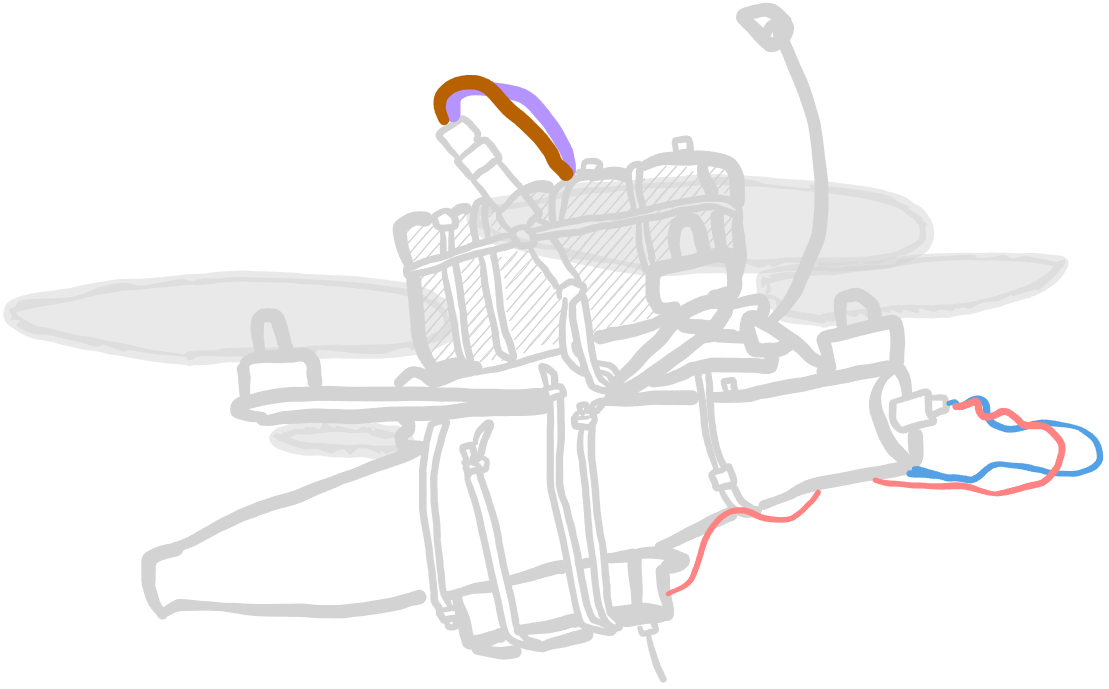
christsven/H.E.A.T keeps this Excalidraw diagram as factions/ressources/quad-drone.excalidraw.png. Above is the earlier version. Source tidied: one line per element, renumbered; positions are measured from the earlier drawing's top-left corner, leaving out a move shared by most shapes.
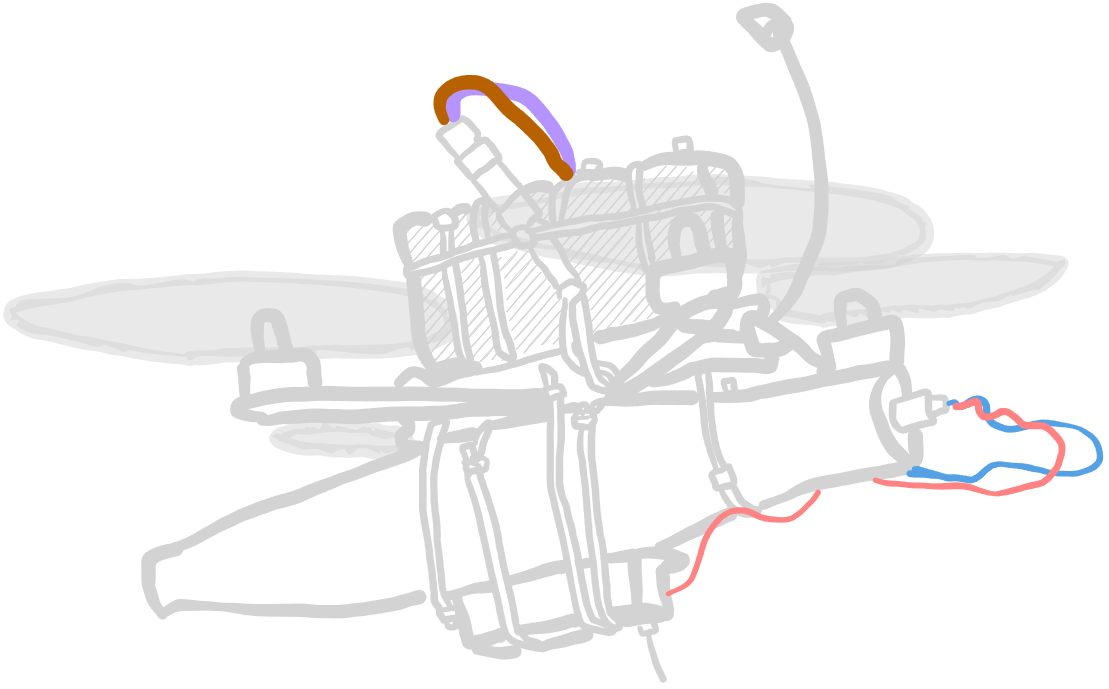
After the change.

Diff of the diagram source:
```diff
@@ -136,3 +136,6 @@
 {"id": 135, "type": "freedraw", "strokeColor": "#1e1e1e", "angle": 0.15, "backgroundColor": "#1e1e1e", "fillStyle": "solid", "strokeWidth": 2, "roughness": 1, "opacity": 50, "x": 581, "y": 260, "width": 451, "height": 109, "points": [[70, 7], [21, 7], [-23, 3], [-67, 0], [-100, -5], [-117, -18], [-107, -32], [-70, -44], [-19, -62], [56, -80], [124, -93], [198, -100], [255, -101], [297, -98], [321, -89], [334, -72], [329, -54], [299, -37], [262, -29], [217, -23], [188, -16], [159, -12], [132, -8], [107, -3], [90, 1], [70, 7]]}
 {"id": 136, "type": "freedraw", "strokeColor": "#1e1e1e", "angle": 0.18, "backgroundColor": "#1e1e1e", "fillStyle": "solid", "strokeWidth": 2, "roughness": 1, "opacity": 50, "x": 822, "y": 326, "width": 295, "height": 103, "points": [[0, 0], [-20, 0], [-34, 1], [-46, -1], [-57, -10], [-66, -16], [-70, -27], [-56, -39], [-33, -47], [1, -53], [50, -69], [101, -85], [158, -96], [200, -101], [223, -102], [216, -85], [193, -65], [157, -48], [130, -36], [111, -32], [90, -26], [71, -23], [52, -16], [38, -13], [20, -9], [3, -3]]}
 {"id": 137, "type": "freedraw", "strokeColor": "#1e1e1e", "angle": 0.3, "backgroundColor": "#1e1e1e", "fillStyle": "solid", "strokeWidth": 2, "roughness": 1, "opacity": 50, "x": 359, "y": 411, "width": 133, "height": 45, "points": [[0, 0], [-11, 2], [-24, 5], [-40, 10], [-53, 15], [-63, 16], [-69, 19], [-78, 21], [-84, 29], [-89, 34], [-94, 39], [-87, 40], [-78, 40], [-68, 40], [-53, 37], [-37, 34], [-24, 29], [-13, 27], [-3, 23], [10, 23], [19, 18], [31, 13], [39, 8], [34, 3], [27, -2], [18, -3], [5, 0], [0, 0]]}
+{"id": 138, "type": "freedraw", "strokeColor": "#1e1e1e", "angle": 6.1, "strokeWidth": 2, "roughness": 1, "x": 430, "y": 429, "width": 31, "height": 1, "points": [[0, -3], [0, -3], [1, -3], [2, -3], [5, -3], [6, -3], [8, -3], [9, -3], [10, -3], [11, -3], [13, -3], [14, -3], [15, -2], [17, -2], [18, -2], [20, -2], [22, -2], [23, -2], [25, -2], [27, -2], [27, -2], [29, -2], [30, -2], [30, -2], [31, -2]]}
+{"id": 139, "type": "freedraw", "strokeColor": "#1e1e1e", "angle": 6.1, "strokeWidth": 2, "roughness": 1, "x": 483, "y": 413, "width": 51, "height": 1, "points": [[0, -2], [1, -2], [2, -2], [4, -2], [7, -2], [10, -2], [12, -2], [14, -2], [17, -2], [19, -3], [21, -3], [23, -3], [25, -3], [27, -3], [30, -3], [33, -3], [36, -3], [38, -3], [41, -3], [43, -3], [45, -3], [47, -3], [48, -3], [50, -3], [51, -3]]}
+{"id": 140, "type": "freedraw", "strokeColor": "#1e1e1e", "angle": 6.1, "strokeWidth": 2, "roughness": 1, "x": 553, "y": 401, "width": 10, "height": 0, "points": [[0, -3], [0, -3], [0, -3], [1, -3], [1, -3], [2, -3], [2, -3], [3, -3], [3, -3], [4, -3], [4, -3], [5, -3], [5, -3], [5, -3], [6, -3], [7, -3], [7, -3], [8, -3], [8, -3], [9, -3], [9, -3], [9, -3], [10, -3], [10, -3], [10, -3]]}
```
